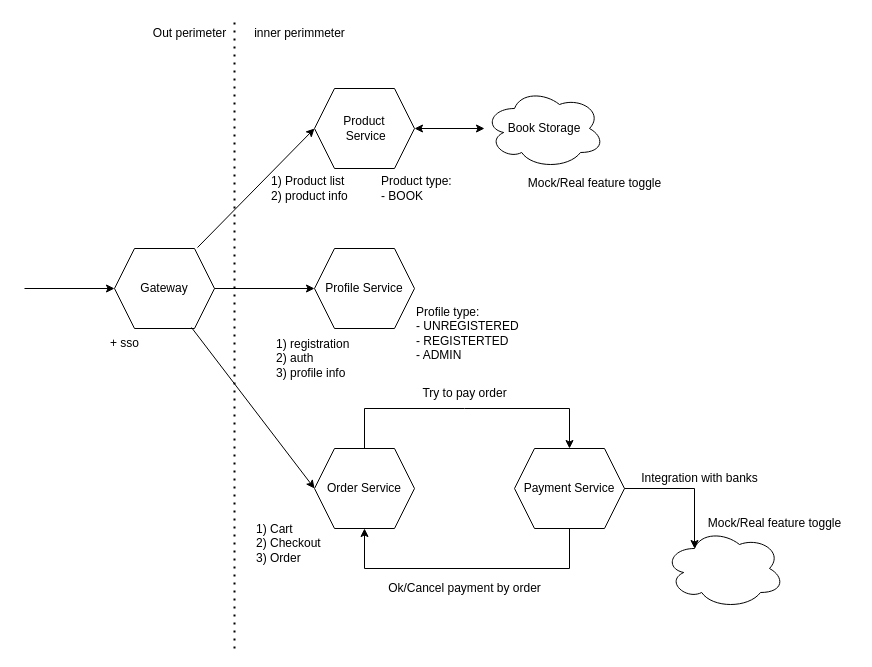
Before: docs/Digital store.drawio in alexandr-leonov/library-platform, a draw.io diagram. Source tidied: cells renumbered, new cells numbered last; positions are measured from the earlier drawing's top-left corner, leaving out a move shared by most shapes. Both pictures are drawn from the tidied source at 100%, with x=0, y=0 at pixel (24, 18).
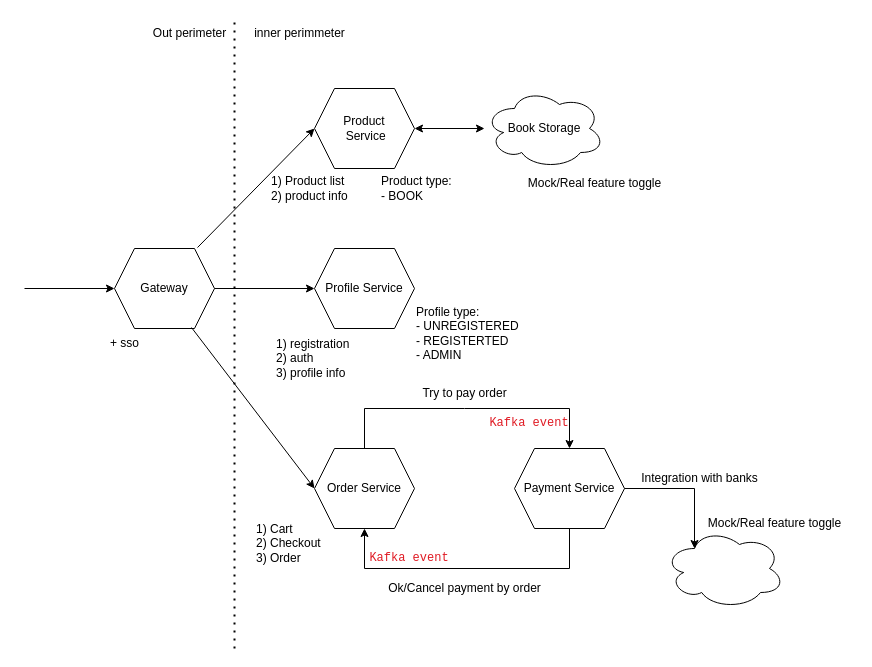
The same diagram, later.

Change to the diagram source:
```diff
@@
+    <mxCell id="31" value="&lt;pre&gt;&lt;font color=&quot;#e01b24&quot;&gt;Kafka event&lt;/font&gt;&lt;/pre&gt;" style="text;html=1;strokeColor=none;fillColor=none;align=center;verticalAlign=middle;whiteSpace=wrap;rounded=0;" parent="1" vertex="1">
+      <mxGeometry x="475" y="390" width="60" height="30" as="geometry" />
+    </mxCell>
+    <mxCell id="32" value="&lt;pre&gt;&lt;font color=&quot;#e01b24&quot;&gt;Kafka event&lt;/font&gt;&lt;/pre&gt;" style="text;html=1;strokeColor=none;fillColor=none;align=center;verticalAlign=middle;whiteSpace=wrap;rounded=0;" parent="1" vertex="1">
+      <mxGeometry x="355" y="525" width="60" height="30" as="geometry" />
+    </mxCell>
```
